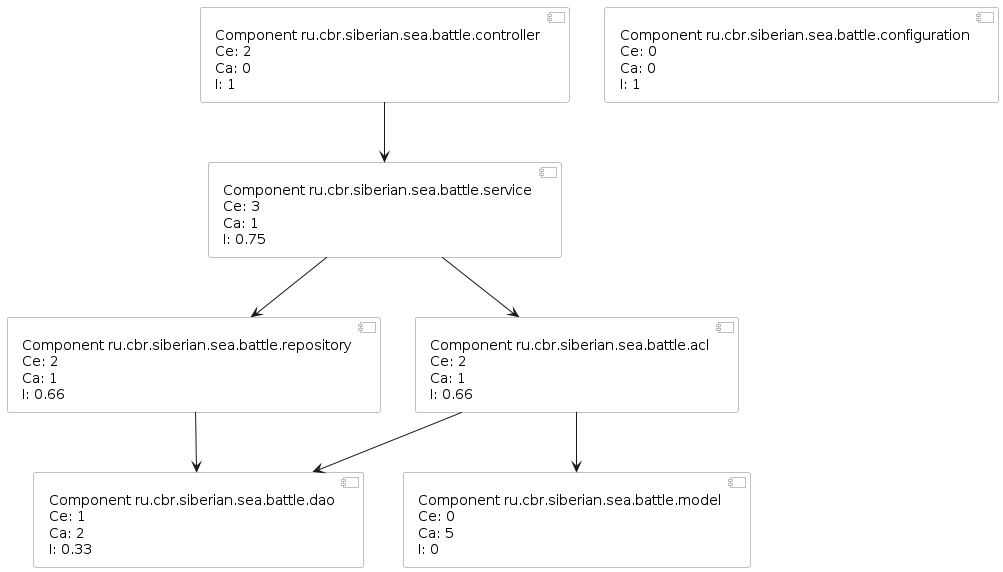
Before: plantuml/generated-diagrams/componentDependencyMetricsTest.png, a diagram exported from PlantUML (onixred/SiberianSeaBattle).
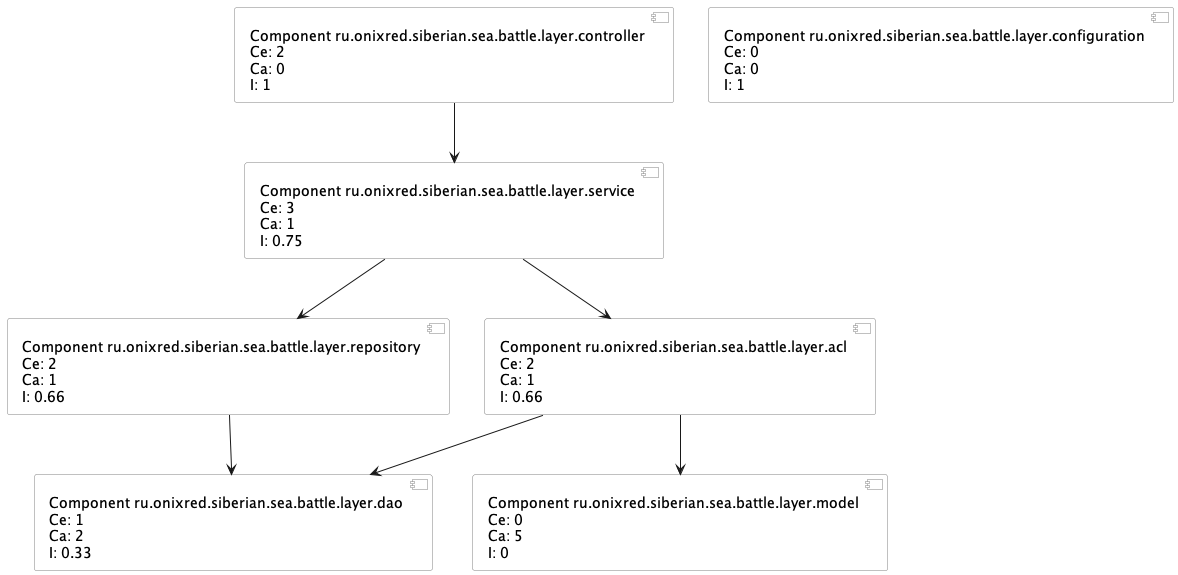
After the change.

What changed in the source:
```diff
@@ -8,13 +8,13 @@
   BackgroundColor #lightyellow
 }
 
-[Component ru.cbr.siberian.sea.battle.acl \nCe: 2\nCa: 1\nI: 0.66] as acl
-[Component ru.cbr.siberian.sea.battle.configuration \nCe: 0\nCa: 0\nI: 1] as configuration
-[Component ru.cbr.siberian.sea.battle.controller \nCe: 2\nCa: 0\nI: 1] as controller
-[Component ru.cbr.siberian.sea.battle.dao \nCe: 1\nCa: 2\nI: 0.33] as dao
-[Component ru.cbr.siberian.sea.battle.model \nCe: 0\nCa: 5\nI: 0] as model
-[Component ru.cbr.siberian.sea.battle.repository \nCe: 2\nCa: 1\nI: 0.66] as repository
-[Component ru.cbr.siberian.sea.battle.service \nCe: 3\nCa: 1\nI: 0.75] as service
+[Component ru.onixred.siberian.sea.battle.layer.acl \nCe: 2\nCa: 1\nI: 0.66] as acl
+[Component ru.onixred.siberian.sea.battle.layer.configuration \nCe: 0\nCa: 0\nI: 1] as configuration
+[Component ru.onixred.siberian.sea.battle.layer.controller \nCe: 2\nCa: 0\nI: 1] as controller
+[Component ru.onixred.siberian.sea.battle.layer.dao \nCe: 1\nCa: 2\nI: 0.33] as dao
+[Component ru.onixred.siberian.sea.battle.layer.model \nCe: 0\nCa: 5\nI: 0] as model
+[Component ru.onixred.siberian.sea.battle.layer.repository \nCe: 2\nCa: 1\nI: 0.66] as repository
+[Component ru.onixred.siberian.sea.battle.layer.service \nCe: 3\nCa: 1\nI: 0.75] as service
 
 
 controller --> service
```
